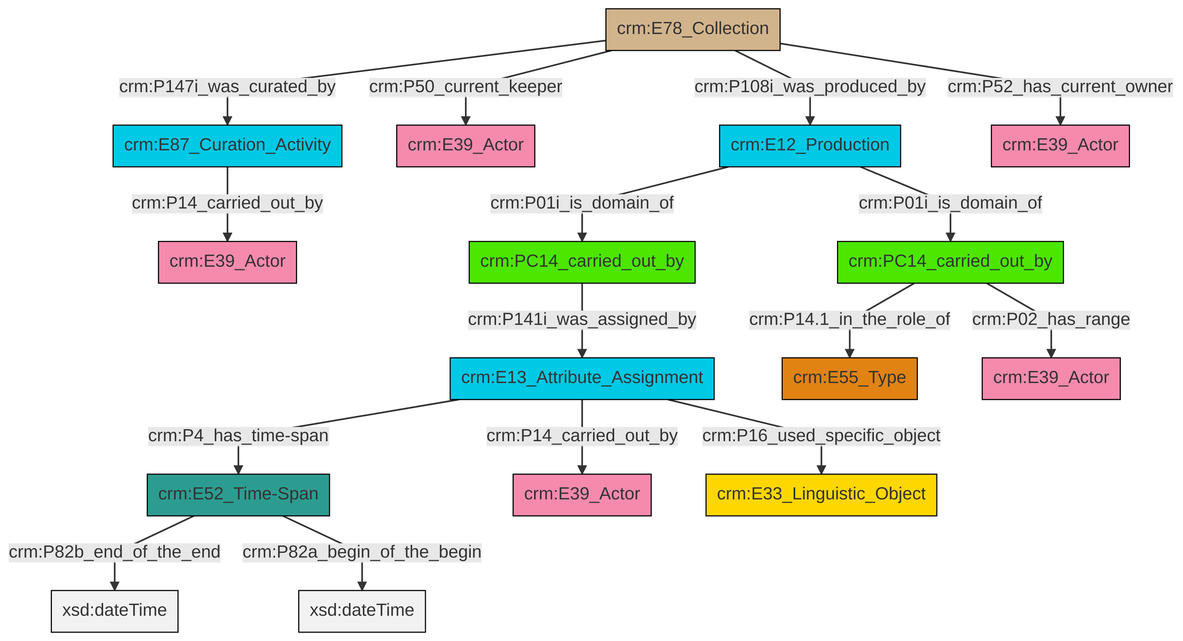
Earlier version of the Mermaid export et/archivalCSV/ttl/mmd/png/archival_relation.png (swiss-art-research-net/docs.swissartresearch). Its source is kept beside it as et/archivalCSV/ttl/mmd/archival_relation.ttl.mmd.
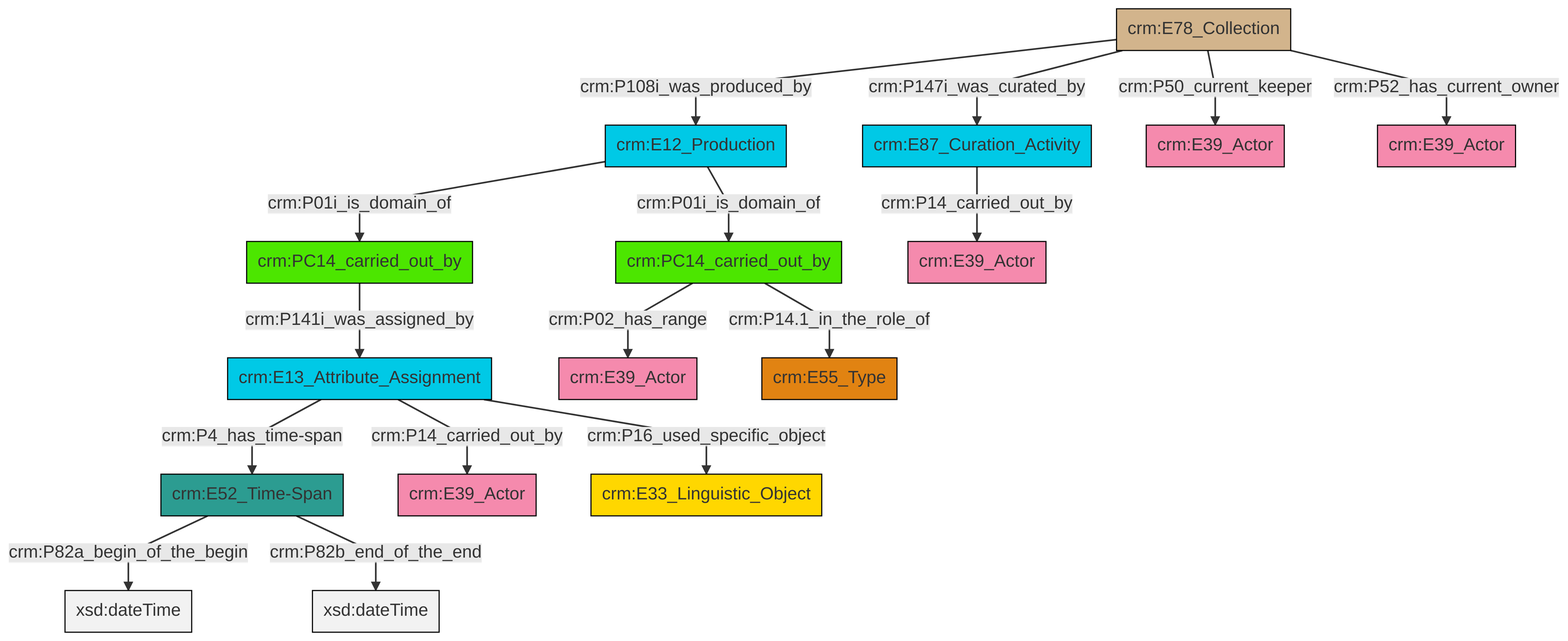
After the change.

The edit, as a diff of the source:
```diff
@@ -13,18 +13,18 @@
 classDef PC_Classes fill:#4ce600, stroke:#000000;
 classDef Multi fill:#cccccc,stroke:#000000;
 
-0["crm:E13_Attribute_Assignment"]:::Temporal_Entity -->|crm:P4_has_time-span| 1["crm:E52_Time-Span"]:::Time-Span
-0["crm:E13_Attribute_Assignment"]:::Temporal_Entity -->|crm:P14_carried_out_by| 4["crm:E39_Actor"]:::Actor
-1["crm:E52_Time-Span"]:::Time-Span -->|crm:P82b_end_of_the_end| 5[xsd:dateTime]:::Literal
-2["crm:E78_Collection"]:::Physical_Thing -->|crm:P147i_was_curated_by| 6["crm:E87_Curation_Activity"]:::Temporal_Entity
-17["crm:E12_Production"]:::Temporal_Entity -->|crm:P01i_is_domain_of| 18["crm:PC14_carried_out_by"]:::PC_Classes
-2["crm:E78_Collection"]:::Physical_Thing -->|crm:P52_has_current_owner| 21["crm:E39_Actor"]:::Actor
-2["crm:E78_Collection"]:::Physical_Thing -->|crm:P50_current_keeper| 7["crm:E39_Actor"]:::Actor
-0["crm:E13_Attribute_Assignment"]:::Temporal_Entity -->|crm:P16_used_specific_object| 9["crm:E33_Linguistic_Object"]:::Conceptual_Object
-1["crm:E52_Time-Span"]:::Time-Span -->|crm:P82a_begin_of_the_begin| 25[xsd:dateTime]:::Literal
-6["crm:E87_Curation_Activity"]:::Temporal_Entity -->|crm:P14_carried_out_by| 13["crm:E39_Actor"]:::Actor
-17["crm:E12_Production"]:::Temporal_Entity -->|crm:P01i_is_domain_of| 22["crm:PC14_carried_out_by"]:::PC_Classes
-22["crm:PC14_carried_out_by"]:::PC_Classes -->|crm:P141i_was_assigned_by| 0["crm:E13_Attribute_Assignment"]:::Temporal_Entity
-2["crm:E78_Collection"]:::Physical_Thing -->|crm:P108i_was_produced_by| 17["crm:E12_Production"]:::Temporal_Entity
-18["crm:PC14_carried_out_by"]:::PC_Classes -->|crm:P14.1_in_the_role_of| 11["crm:E55_Type"]:::Type
-18["crm:PC14_carried_out_by"]:::PC_Classes -->|crm:P02_has_range| 15["crm:E39_Actor"]:::Actor
+0["crm:E78_Collection"]:::Physical_Thing -->|crm:P108i_was_produced_by| 1["crm:E12_Production"]:::Temporal_Entity
+5["crm:E52_Time-Span"]:::Time-Span -->|crm:P82a_begin_of_the_begin| 6[xsd:dateTime]:::Literal
+0["crm:E78_Collection"]:::Physical_Thing -->|crm:P50_current_keeper| 9["crm:E39_Actor"]:::Actor
+7["crm:PC14_carried_out_by"]:::PC_Classes -->|crm:P02_has_range| 12["crm:E39_Actor"]:::Actor
+1["crm:E12_Production"]:::Temporal_Entity -->|crm:P01i_is_domain_of| 13["crm:PC14_carried_out_by"]:::PC_Classes
+10["crm:E13_Attribute_Assignment"]:::Temporal_Entity -->|crm:P14_carried_out_by| 17["crm:E39_Actor"]:::Actor
+10["crm:E13_Attribute_Assignment"]:::Temporal_Entity -->|crm:P4_has_time-span| 5["crm:E52_Time-Span"]:::Time-Span
+1["crm:E12_Production"]:::Temporal_Entity -->|crm:P01i_is_domain_of| 7["crm:PC14_carried_out_by"]:::PC_Classes
+7["crm:PC14_carried_out_by"]:::PC_Classes -->|crm:P14.1_in_the_role_of| 18["crm:E55_Type"]:::Type
+10["crm:E13_Attribute_Assignment"]:::Temporal_Entity -->|crm:P16_used_specific_object| 24["crm:E33_Linguistic_Object"]:::Conceptual_Object
+0["crm:E78_Collection"]:::Physical_Thing -->|crm:P52_has_current_owner| 15["crm:E39_Actor"]:::Actor
+0["crm:E78_Collection"]:::Physical_Thing -->|crm:P147i_was_curated_by| 2["crm:E87_Curation_Activity"]:::Temporal_Entity
+2["crm:E87_Curation_Activity"]:::Temporal_Entity -->|crm:P14_carried_out_by| 26["crm:E39_Actor"]:::Actor
+5["crm:E52_Time-Span"]:::Time-Span -->|crm:P82b_end_of_the_end| 28[xsd:dateTime]:::Literal
+13["crm:PC14_carried_out_by"]:::PC_Classes -->|crm:P141i_was_assigned_by| 10["crm:E13_Attribute_Assignment"]:::Temporal_Entity
```
